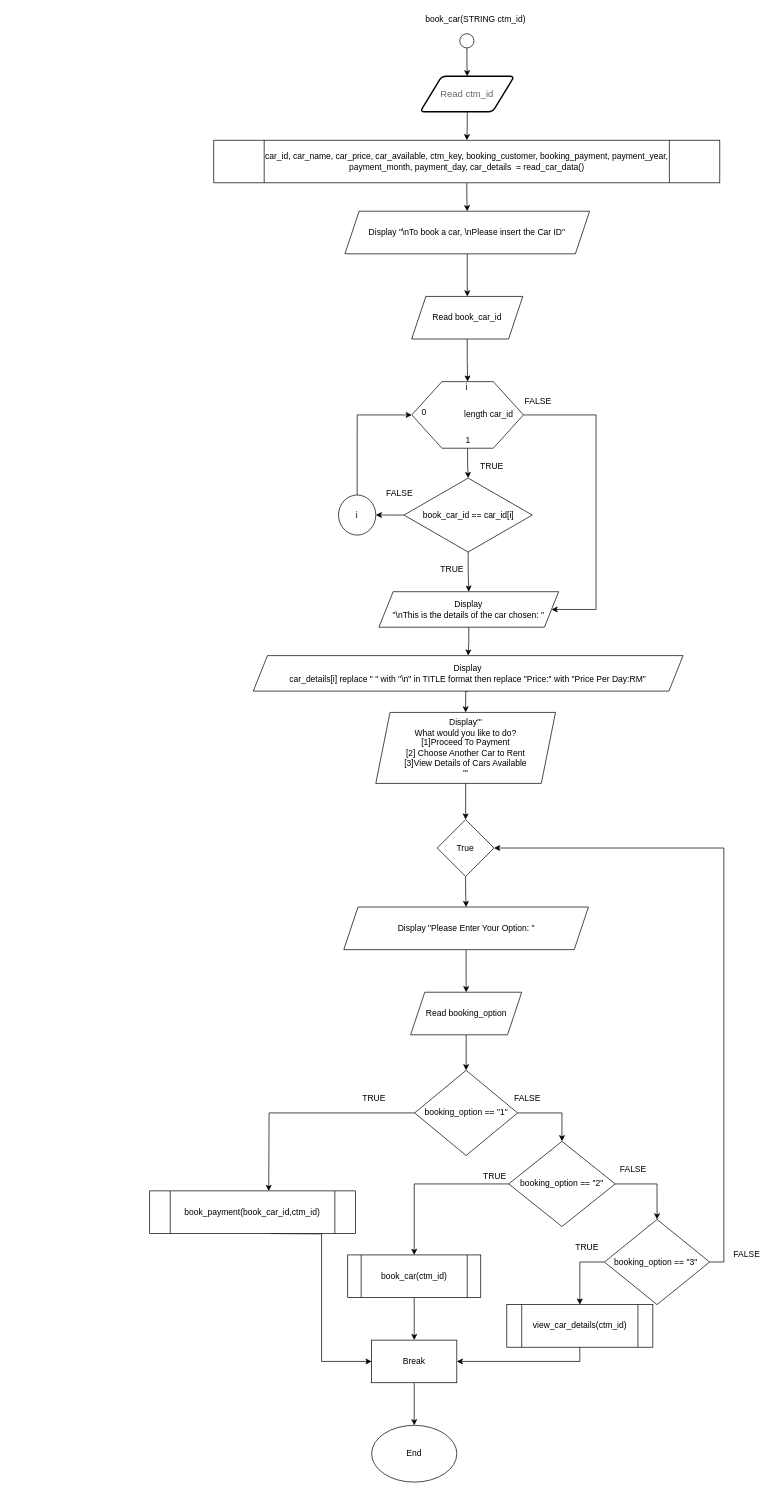
Before: page "book_car(ctm_id)" (15 of 27) of Flowchart.drawio in LeeRenJie/python-assignment, a draw.io diagram. Source tidied: cells renumbered, new cells numbered last; positions are measured from the earlier drawing's top-left corner, leaving out a move shared by most shapes. Both pictures are drawn from the tidied source at 71%, with x=0, y=0 at pixel (149, 12).
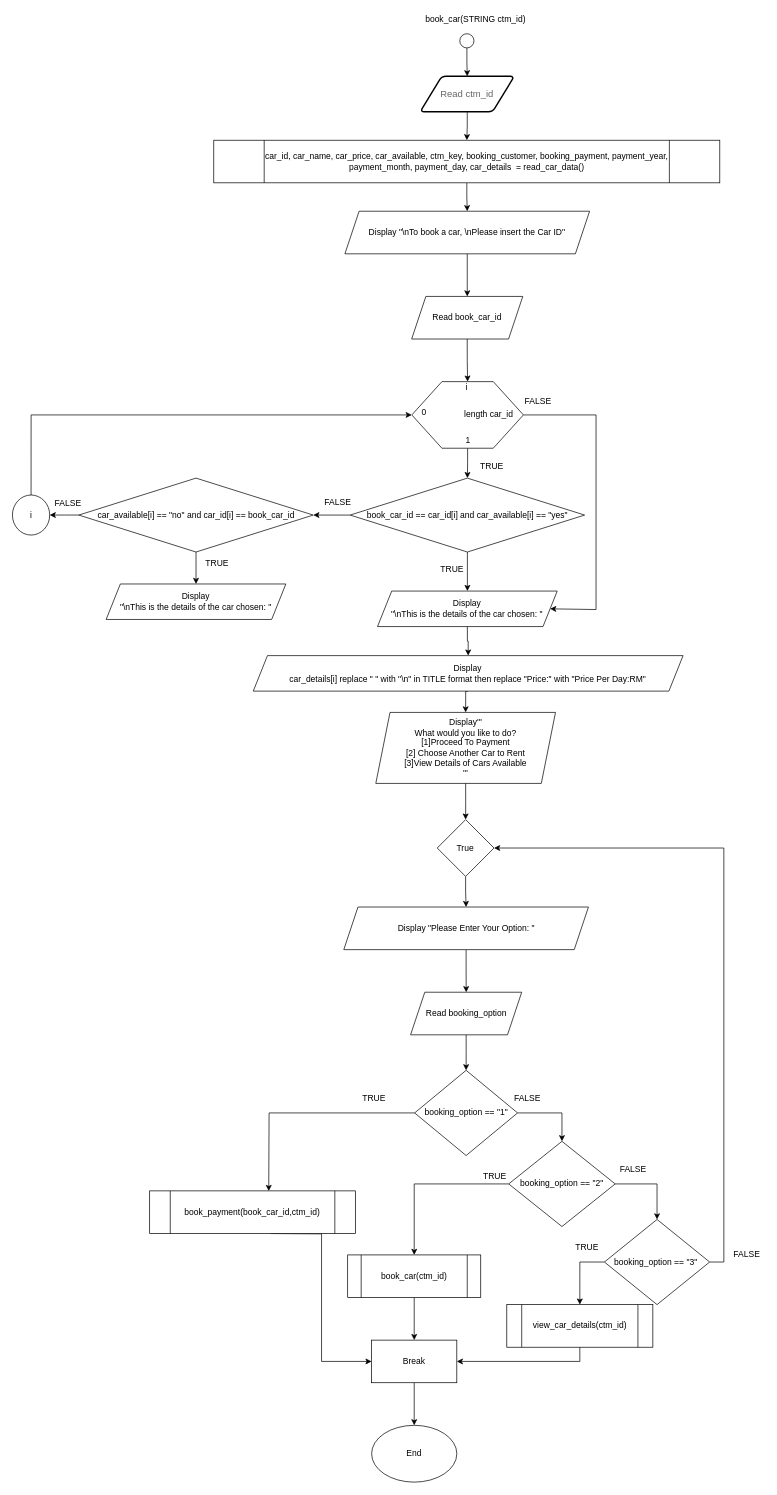
The same diagram, later.

The change refers to these unchanged cells:
```xml
<mxCell id="57" style="verticalLabelPosition=bottom;verticalAlign=top;html=1;shape=hexagon;perimeter=hexagonPerimeter2;arcSize=6;size=0.27;" parent="1" vertex="1">
  <mxGeometry x="369.5" y="520" width="157.2" height="93.8" as="geometry" />
</mxCell>
```

Diff of the diagram source:
```diff
@@
-    <mxCell id="29" style="edgeStyle=orthogonalEdgeStyle;rounded=0;jettySize=auto;html=1;exitX=0;exitY=0.5;exitDx=0;exitDy=0;" parent="1" edge="1" source="62" target="43">
+    <mxCell id="29" style="edgeStyle=orthogonalEdgeStyle;rounded=0;jettySize=auto;html=1;exitX=0;exitY=0.5;exitDx=0;exitDy=0;entryX=1;entryY=0.5;entryDx=0;entryDy=0;" parent="1" edge="1" source="62" target="70">
       <mxGeometry relative="1" as="geometry" />
     </mxCell>
     <mxCell id="30" value="FALSE" style="text;html=1;align=center;verticalAlign=middle;" parent="1" vertex="1">
-      <mxGeometry x="326.5" y="667.8" width="50" height="20" as="geometry" />
+      <mxGeometry x="240.1" y="679.7" width="50" height="20" as="geometry" />
     </mxCell>
@@
     <mxCell id="32" value="Display&lt;br&gt;&quot;\nThis is the details of the car chosen: &quot;" style="shape=parallelogram;perimeter=parallelogramPerimeter;whiteSpace=wrap;html=1;fixedSize=1;" parent="1" vertex="1">
-      <mxGeometry x="323.2" y="815.9" width="253.1" height="50" as="geometry" />
+      <mxGeometry x="321.2" y="815" width="253.1" height="50" as="geometry" />
     </mxCell>
@@
     <mxCell id="42" style="edgeStyle=orthogonalEdgeStyle;rounded=0;jettySize=auto;html=1;exitX=0.5;exitY=0;exitDx=0;exitDy=0;entryX=0;entryY=0.5;entryDx=0;entryDy=0;" parent="1" edge="1" source="43" target="57">
-      <mxGeometry relative="1" as="geometry" />
+      <mxGeometry relative="1" as="geometry">
+        <Array as="points">
+          <mxPoint x="-167" y="567" />
+        </Array>
+      </mxGeometry>
     </mxCell>
     <mxCell id="43" value="i" style="ellipse;whiteSpace=wrap;html=1;" parent="1" vertex="1">
-      <mxGeometry x="266.3" y="679.7" width="52.5" height="56.4" as="geometry" />
+      <mxGeometry x="-193" y="679.7" width="52.5" height="56.4" as="geometry" />
     </mxCell>
@@
-    <mxCell id="62" value="book_car_id == car_id[i]" style="rhombus;whiteSpace=wrap;html=1;" parent="1" vertex="1">
-      <mxGeometry x="358.5" y="655.9" width="180.7" height="104.1" as="geometry" />
+    <mxCell id="62" value="&lt;div style=&quot;line-height: 19px&quot;&gt;book_car_id&amp;nbsp;==&amp;nbsp;car_id[i]&amp;nbsp;and&amp;nbsp;car_available[i]&amp;nbsp;==&amp;nbsp;&quot;yes&quot;&lt;/div&gt;" style="rhombus;whiteSpace=wrap;html=1;" parent="1" vertex="1">
+      <mxGeometry x="282.7" y="655.9" width="330.2" height="104.1" as="geometry" />
     </mxCell>
@@
+    <mxCell id="65" value="FALSE" style="text;html=1;align=center;verticalAlign=middle;" parent="1" vertex="1">
+      <mxGeometry x="-140.5" y="682" width="50" height="20" as="geometry" />
+    </mxCell>
+    <mxCell id="66" value="TRUE" style="text;html=1;align=center;verticalAlign=middle;" parent="1" vertex="1">
+      <mxGeometry x="70" y="766" width="50" height="20" as="geometry" />
+    </mxCell>
+    <mxCell id="67" value="Display&lt;br&gt;&quot;\nThis is the details of the car chosen: &quot;" style="shape=parallelogram;perimeter=parallelogramPerimeter;whiteSpace=wrap;html=1;fixedSize=1;" parent="1" vertex="1">
+      <mxGeometry x="-61" y="805" width="253.1" height="50" as="geometry" />
+    </mxCell>
+    <mxCell id="68" style="edgeStyle=orthogonalEdgeStyle;rounded=0;jettySize=auto;html=1;" parent="1" edge="1" source="70" target="67">
+      <mxGeometry relative="1" as="geometry" />
+    </mxCell>
+    <mxCell id="69" style="edgeStyle=orthogonalEdgeStyle;rounded=0;jettySize=auto;html=1;" parent="1" edge="1" source="70" target="43">
+      <mxGeometry relative="1" as="geometry" />
+    </mxCell>
+    <mxCell id="70" value="&lt;div style=&quot;line-height: 19px&quot;&gt;&lt;div style=&quot;line-height: 19px&quot;&gt;car_available[i]&amp;nbsp;==&amp;nbsp;&quot;no&quot;&amp;nbsp;and&amp;nbsp;car_id[i]&amp;nbsp;==&amp;nbsp;book_car_id&lt;/div&gt;&lt;/div&gt;" style="rhombus;whiteSpace=wrap;html=1;" parent="1" vertex="1">
+      <mxGeometry x="-99.5" y="655.9" width="330.2" height="104.1" as="geometry" />
+    </mxCell>
```
